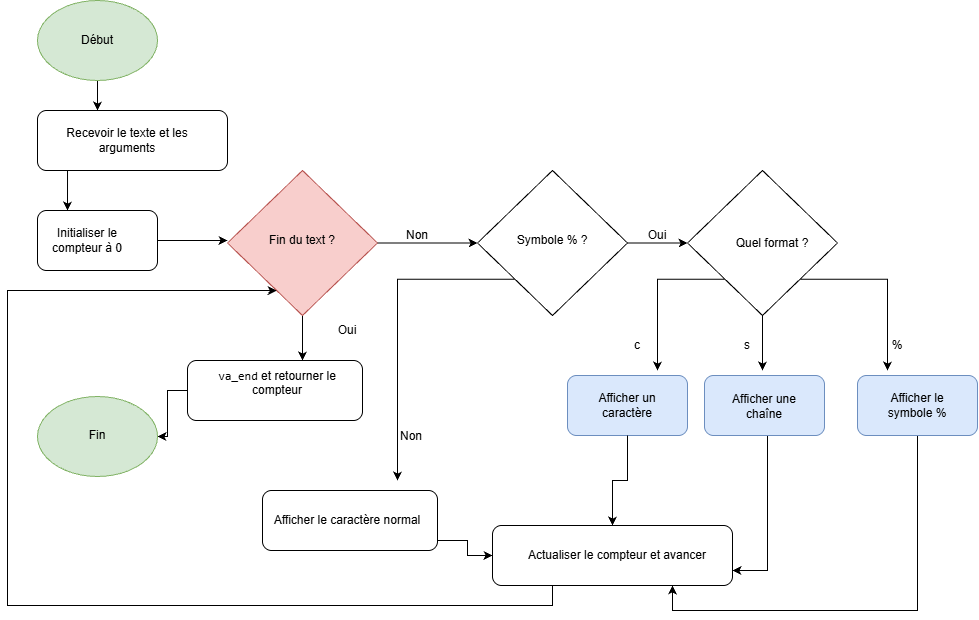
CarlaDub/holbertonschool-printf keeps this draw.io diagram as Projet printf.drawio.png. Above is the earlier version. Source tidied: cells renumbered, new cells last; positions are measured from the earlier drawing's top-left corner, leaving out a move shared by most shapes.
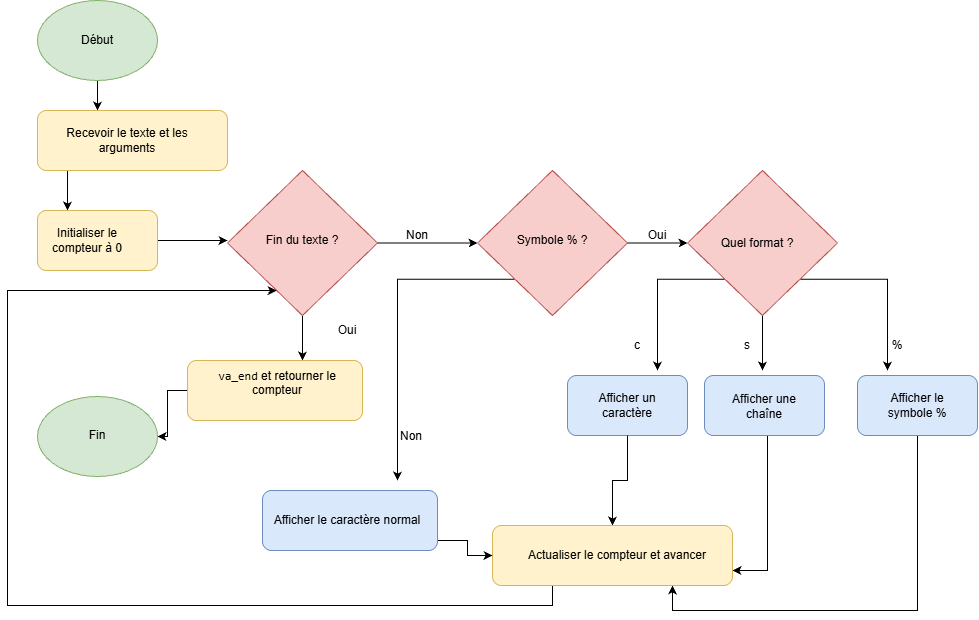
The same diagram one commit later.

Commit message:
Mettre à jour Projet printf.drawio.png

Diff of the diagram source:
```diff
@@ -19,7 +19,7 @@
     <mxCell id="5" style="edgeStyle=orthogonalEdgeStyle;rounded=0;jettySize=auto;html=1;exitX=0.158;exitY=1;exitDx=0;exitDy=0;defaultLabelBackgroundColor=page;labelPadding=0 4;entryX=0.25;entryY=0;entryDx=0;entryDy=0;" parent="1" edge="1" source="6" target="9">
       <mxGeometry relative="1" as="geometry" />
     </mxCell>
-    <mxCell id="6" style="rounded=1;whiteSpace=wrap;html=1;roundedPerimeter=1;" parent="1" vertex="1">
+    <mxCell id="6" style="rounded=1;whiteSpace=wrap;html=1;roundedPerimeter=1;fillColor=#fff2cc;strokeColor=#d6b656;" parent="1" vertex="1">
       <mxGeometry x="30" y="110" width="190" height="60" as="geometry" />
     </mxCell>
     <mxCell id="7" value="Recevoir le texte et les arguments" style="text;html=1;whiteSpace=wrap;strokeColor=none;fillColor=none;align=center;verticalAlign=middle;rounded=0;" parent="1" vertex="1">
@@ -30,7 +30,7 @@
         <mxPoint x="220" y="240" as="targetPoint" />
       </mxGeometry>
     </mxCell>
-    <mxCell id="9" style="rounded=1;whiteSpace=wrap;html=1;roundedPerimeter=1;" parent="1" vertex="1">
+    <mxCell id="9" style="rounded=1;whiteSpace=wrap;html=1;roundedPerimeter=1;fillColor=#fff2cc;strokeColor=#d6b656;" parent="1" vertex="1">
       <mxGeometry x="30" y="210" width="120" height="60" as="geometry" />
     </mxCell>
     <mxCell id="10" value="&lt;p&gt;&lt;/p&gt;&lt;p&gt;Initialiser le compteur à 0&lt;/p&gt;" style="text;html=1;whiteSpace=wrap;strokeColor=none;fillColor=none;align=center;verticalAlign=middle;rounded=0;" parent="1" vertex="1">
@@ -47,7 +47,7 @@
     <mxCell id="13" style="rhombus;whiteSpace=wrap;html=1;shapeInside=1;fillColor=#f8cecc;strokeColor=#b85450;" parent="1" vertex="1">
       <mxGeometry x="220" y="170" width="150" height="145" as="geometry" />
     </mxCell>
-    <mxCell id="14" value="Fin du text ?" style="text;html=1;whiteSpace=wrap;strokeColor=none;fillColor=none;align=center;verticalAlign=middle;rounded=0;" parent="1" vertex="1">
+    <mxCell id="14" value="Fin du texte ?" style="text;html=1;whiteSpace=wrap;strokeColor=none;fillColor=none;align=center;verticalAlign=middle;rounded=0;" parent="1" vertex="1">
       <mxGeometry x="255" y="225" width="80" height="30" as="geometry" />
     </mxCell>
     <mxCell id="15" style="edgeStyle=orthogonalEdgeStyle;rounded=0;jettySize=auto;html=1;defaultLabelBackgroundColor=page;labelPadding=0 4;" parent="1" edge="1" source="17">
@@ -60,7 +60,7 @@
         <mxPoint x="390" y="480" as="targetPoint" />
       </mxGeometry>
     </mxCell>
-    <mxCell id="17" style="rhombus;whiteSpace=wrap;html=1;shapeInside=1;" parent="1" vertex="1">
+    <mxCell id="17" style="rhombus;whiteSpace=wrap;html=1;shapeInside=1;fillColor=#f8cecc;strokeColor=#b85450;" parent="1" vertex="1">
       <mxGeometry x="470" y="170" width="150" height="145" as="geometry" />
     </mxCell>
     <mxCell id="18" value="Symbole % ?" style="text;html=1;whiteSpace=wrap;strokeColor=none;fillColor=none;align=center;verticalAlign=middle;rounded=0;" parent="1" vertex="1">
@@ -72,7 +72,7 @@
     <mxCell id="20" style="edgeStyle=orthogonalEdgeStyle;rounded=0;jettySize=auto;html=1;exitX=0;exitY=0.5;exitDx=0;exitDy=0;defaultLabelBackgroundColor=page;labelPadding=0 4;" parent="1" edge="1" source="21" target="49">
       <mxGeometry relative="1" as="geometry" />
     </mxCell>
-    <mxCell id="21" style="rounded=1;whiteSpace=wrap;html=1;roundedPerimeter=1;" parent="1" vertex="1">
+    <mxCell id="21" style="rounded=1;whiteSpace=wrap;html=1;roundedPerimeter=1;fillColor=#fff2cc;strokeColor=#d6b656;" parent="1" vertex="1">
       <mxGeometry x="180" y="360" width="175" height="60" as="geometry" />
     </mxCell>
     <mxCell id="22" value="&#10;&lt;code&gt;va_end&lt;/code&gt; et retourner le compteur&#10;&#10;" style="text;html=1;whiteSpace=wrap;strokeColor=none;fillColor=none;align=center;verticalAlign=middle;rounded=0;" parent="1" vertex="1">
@@ -96,11 +96,11 @@
         <mxPoint x="755" y="370" as="targetPoint" />
       </mxGeometry>
     </mxCell>
-    <mxCell id="27" style="rhombus;whiteSpace=wrap;html=1;shapeInside=1;" parent="1" vertex="1">
+    <mxCell id="27" style="rhombus;whiteSpace=wrap;html=1;shapeInside=1;fillColor=#f8cecc;strokeColor=#b85450;" parent="1" vertex="1">
       <mxGeometry x="680" y="170" width="150" height="145" as="geometry" />
     </mxCell>
     <mxCell id="28" value="Quel format ?" style="text;html=1;whiteSpace=wrap;strokeColor=none;fillColor=none;align=center;verticalAlign=middle;rounded=0;" parent="1" vertex="1">
-      <mxGeometry x="725" y="228" width="80" height="30" as="geometry" />
+      <mxGeometry x="710" y="227.5" width="80" height="30" as="geometry" />
     </mxCell>
     <mxCell id="29" value="c" style="text;html=1;whiteSpace=wrap;strokeColor=none;fillColor=none;align=center;verticalAlign=middle;rounded=0;" parent="1" vertex="1">
       <mxGeometry x="600" y="330" width="60" height="30" as="geometry" />
@@ -156,7 +156,7 @@
         </Array>
       </mxGeometry>
     </mxCell>
-    <mxCell id="42" style="rounded=1;whiteSpace=wrap;html=1;roundedPerimeter=1;" parent="1" vertex="1">
+    <mxCell id="42" style="rounded=1;whiteSpace=wrap;html=1;roundedPerimeter=1;fillColor=#fff2cc;strokeColor=#d6b656;" parent="1" vertex="1">
       <mxGeometry x="485" y="525" width="240" height="60" as="geometry" />
     </mxCell>
     <mxCell id="43" value="Actualiser le compteur et avancer" style="text;html=1;whiteSpace=wrap;strokeColor=none;fillColor=none;align=center;verticalAlign=middle;rounded=0;" parent="1" vertex="1">
@@ -171,7 +171,7 @@
         </Array>
       </mxGeometry>
     </mxCell>
-    <mxCell id="45" style="rounded=1;whiteSpace=wrap;html=1;roundedPerimeter=1;" parent="1" vertex="1">
+    <mxCell id="45" style="rounded=1;whiteSpace=wrap;html=1;roundedPerimeter=1;fillColor=#dae8fc;strokeColor=#6c8ebf;" parent="1" vertex="1">
       <mxGeometry x="255" y="490" width="175" height="60" as="geometry" />
     </mxCell>
     <mxCell id="46" value="Afficher le caractère normal" style="text;html=1;whiteSpace=wrap;strokeColor=none;fillColor=none;align=center;verticalAlign=middle;rounded=0;" parent="1" vertex="1">
```
